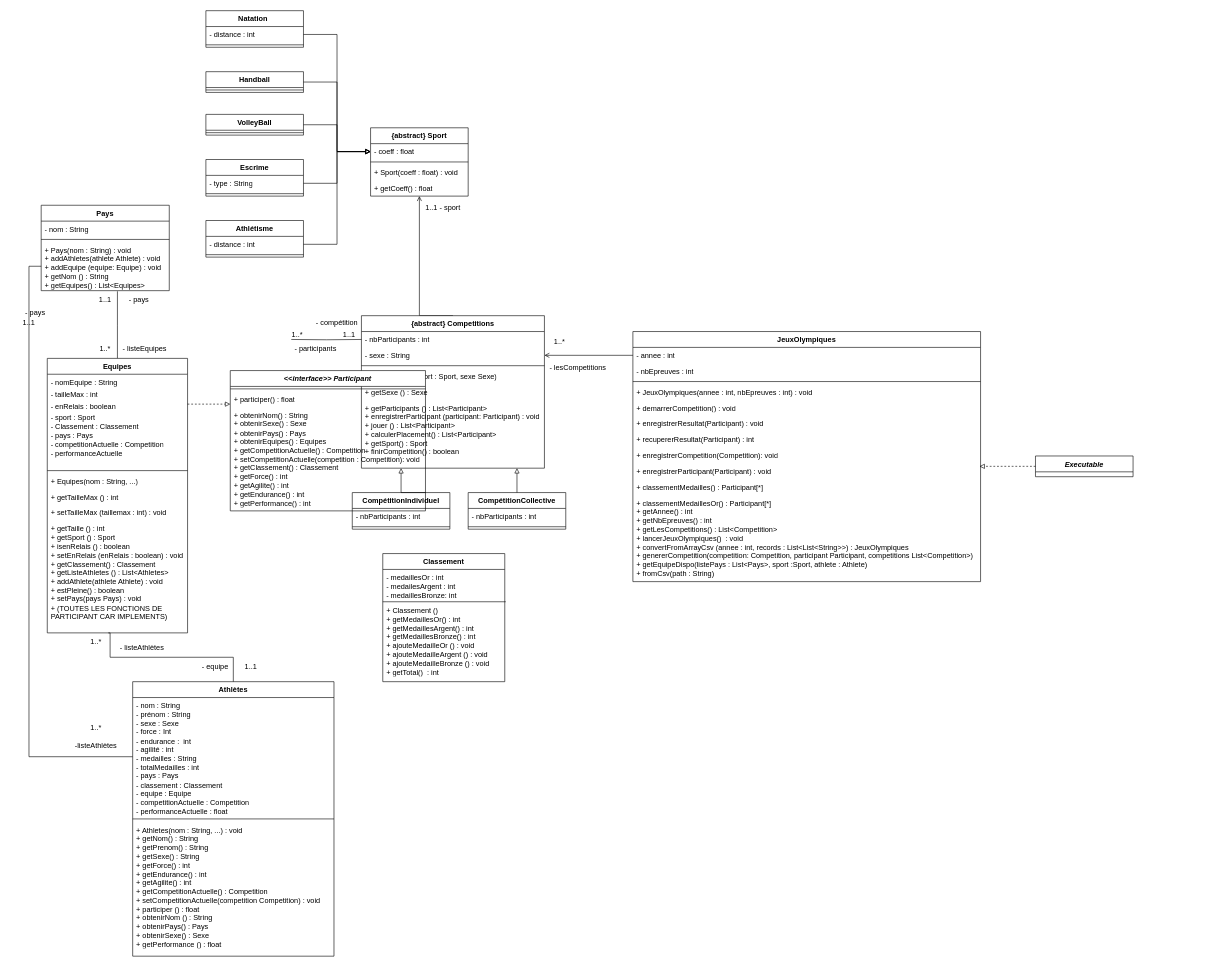
Above: diagrammes/classe/Diagramme sans nom.drawio in alexisnisol/JeuxOlympiques (draw.io), before the change. Source tidied: cells renumbered, new cells numbered last; positions are measured from the earlier drawing's top-left corner, leaving out a move shared by most shapes. Both pictures are drawn from the tidied source at 61%, with x=0, y=0 at pixel (10, 10).
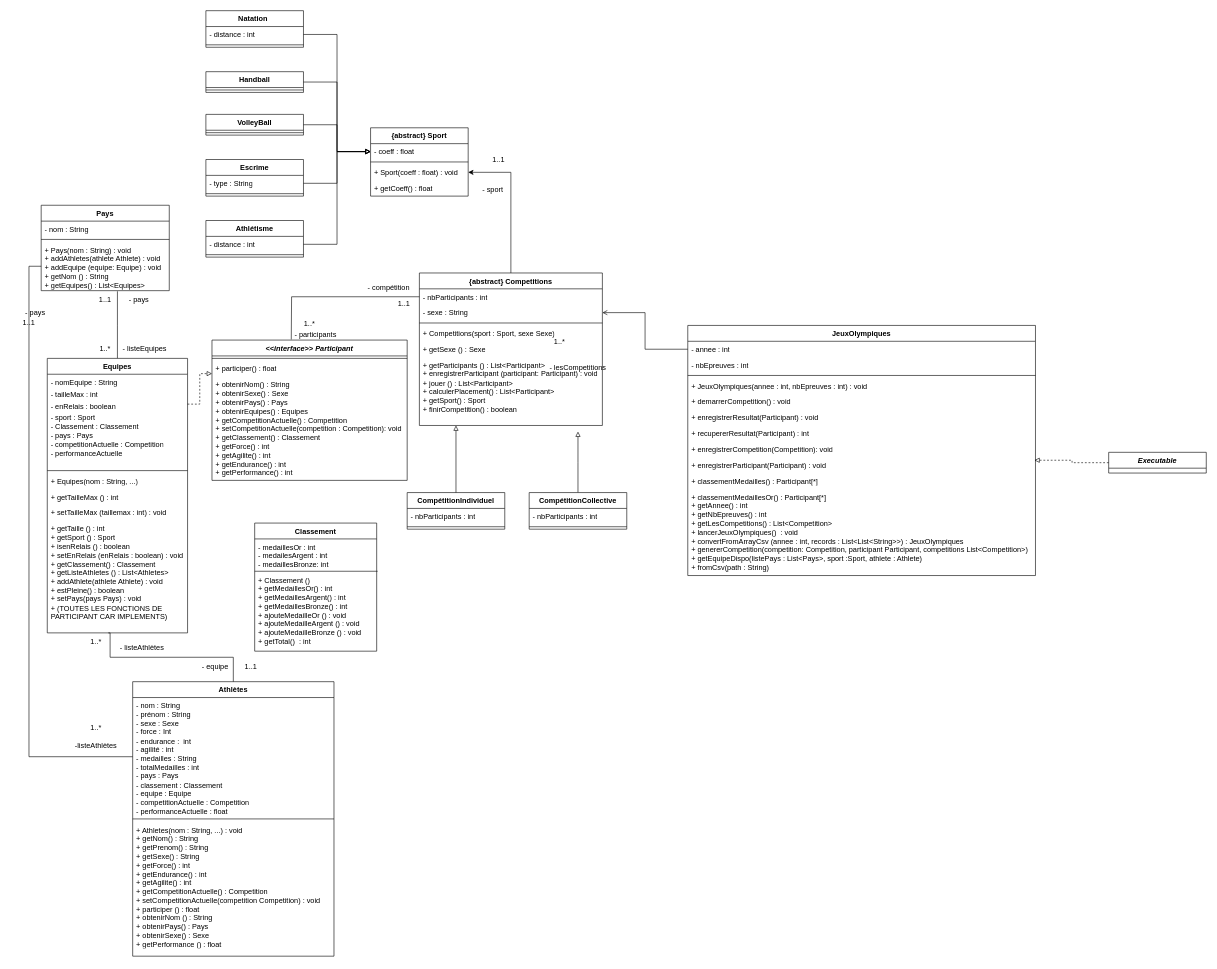
Above is the later version.

Commit message:
Mettre à jour Diagrammes de Classes

Unchanged cells that the change refers to:
```xml
<mxCell id="3" value="{abstract} Sport" style="swimlane;fontStyle=1;align=center;verticalAlign=top;horizontal=1;startSize=26;whiteSpace=wrap;html=1;" parent="1" vertex="1">
  <mxGeometry x="590" y="192" width="160" height="112" as="geometry" />
</mxCell>
<mxCell id="6" value="+ Sport(coeff : float) : void" style="text;strokeColor=none;fillColor=none;align=left;verticalAlign=top;spacingLeft=4;spacingRight=4;overflow=hidden;points=[[0,0.5],[1,0.5]];portConstraint=eastwest;whiteSpace=wrap;html=1;" parent="3" vertex="1">
  <mxGeometry y="60" width="160" height="26" as="geometry" />
</mxCell>
<mxCell id="53" value="+ getParticipants () : List&amp;lt;Participant&amp;gt;&lt;div&gt;+ enregistrerParticipant (participant: Participant) : void&lt;/div&gt;&lt;div&gt;+ jouer () : List&amp;lt;Participant&amp;gt;&lt;/div&gt;&lt;div&gt;+ calculerPlacement() : List&amp;lt;Participant&amp;gt;&lt;/div&gt;&lt;div&gt;+ getSport() : Sport&lt;/div&gt;&lt;div&gt;+ finirCompetition() : boolean&lt;/div&gt;" style="text;strokeColor=none;fillColor=none;align=left;verticalAlign=top;spacingLeft=4;spacingRight=4;overflow=hidden;points=[[0,0.5],[1,0.5]];portConstraint=eastwest;whiteSpace=wrap;html=1;" parent="47" vertex="1">
  <mxGeometry y="138" width="300" height="112" as="geometry" />
</mxCell>
```

Diff of the diagram source:
```diff
@@
-    <mxCell id="2" style="edgeStyle=orthogonalEdgeStyle;rounded=0;jettySize=auto;html=1;entryX=0.5;entryY=0;entryDx=0;entryDy=0;endArrow=none;endFill=0;startArrow=open;startFill=0;" parent="1" edge="1" source="3" target="47">
-      <mxGeometry relative="1" as="geometry">
-        <Array as="points">
-          <mxPoint x="670" y="500" />
-        </Array>
-      </mxGeometry>
-    </mxCell>
@@
     <mxCell id="46" value="1..1" style="text;html=1;align=center;verticalAlign=middle;whiteSpace=wrap;rounded=0;" parent="1" vertex="1">
-      <mxGeometry x="660" y="308" width="60" height="30" as="geometry" />
+      <mxGeometry x="770" y="230" width="60" height="30" as="geometry" />
     </mxCell>
+    <mxCell id="107" style="edgeStyle=orthogonalEdgeStyle;rounded=0;jettySize=auto;html=1;entryX=1;entryY=0.5;entryDx=0;entryDy=0;" parent="1" edge="1" source="47" target="6">
+      <mxGeometry relative="1" as="geometry" />
+    </mxCell>
     <mxCell id="47" value="{abstract} Competitions" style="swimlane;fontStyle=1;align=center;verticalAlign=top;horizontal=1;startSize=26;whiteSpace=wrap;html=1;" parent="1" vertex="1">
-      <mxGeometry x="575" y="500" width="300" height="250" as="geometry" />
+      <mxGeometry x="670" y="430" width="300" height="250" as="geometry" />
     </mxCell>
@@
     <mxCell id="54" value="CompétitionIndividuel" style="swimlane;fontStyle=1;align=center;verticalAlign=top;horizontal=1;startSize=26;whiteSpace=wrap;html=1;" parent="1" vertex="1">
-      <mxGeometry x="560" y="790" width="160" height="60" as="geometry" />
+      <mxGeometry x="650" y="790" width="160" height="60" as="geometry" />
     </mxCell>
@@
+    <mxCell id="108" style="edgeStyle=orthogonalEdgeStyle;rounded=0;jettySize=auto;html=1;endArrow=block;endFill=0;" parent="1" edge="1" source="57">
+      <mxGeometry relative="1" as="geometry">
+        <mxPoint x="930" y="690" as="targetPoint" />
+      </mxGeometry>
+    </mxCell>
     <mxCell id="57" value="CompétitionCollective" style="swimlane;fontStyle=1;align=center;verticalAlign=top;horizontal=1;startSize=26;whiteSpace=wrap;html=1;" parent="1" vertex="1">
-      <mxGeometry x="750" y="790" width="160" height="60" as="geometry" />
+      <mxGeometry x="850" y="790" width="160" height="60" as="geometry" />
     </mxCell>
@@
     <mxCell id="60" value="&lt;i&gt;&amp;lt;&amp;lt;interface&amp;gt;&amp;gt; Participant&lt;/i&gt;" style="swimlane;fontStyle=1;align=center;verticalAlign=top;horizontal=1;startSize=26;whiteSpace=wrap;html=1;" parent="1" vertex="1">
-      <mxGeometry x="360" y="590" width="320" height="230" as="geometry" />
+      <mxGeometry x="330" y="540" width="320" height="230" as="geometry" />
     </mxCell>
@@
     <mxCell id="64" value="JeuxOlympiques" style="swimlane;fontStyle=1;align=center;verticalAlign=top;horizontal=1;startSize=26;whiteSpace=wrap;html=1;" parent="1" vertex="1">
-      <mxGeometry x="1020" y="526" width="570" height="410" as="geometry" />
+      <mxGeometry x="1110" y="516" width="570" height="410" as="geometry" />
     </mxCell>
@@
     <mxCell id="77" value="1..1" style="text;html=1;align=center;verticalAlign=middle;whiteSpace=wrap;rounded=0;" parent="1" vertex="1">
-      <mxGeometry x="550" y="516" width="10" height="30" as="geometry" />
+      <mxGeometry x="640" y="466" width="10" height="30" as="geometry" />
     </mxCell>
@@
     <mxCell id="85" value="- sport" style="text;html=1;align=center;verticalAlign=middle;strokeColor=none;fillColor=none;" parent="1" vertex="1">
-      <mxGeometry x="690" y="308" width="60" height="30" as="geometry" />
+      <mxGeometry x="760" y="278" width="60" height="30" as="geometry" />
     </mxCell>
-    <mxCell id="86" style="edgeStyle=orthogonalEdgeStyle;rounded=0;jettySize=auto;html=1;endArrow=none;endFill=0;startArrow=block;startFill=0;entryX=0.75;entryY=0;entryDx=0;entryDy=0;" parent="1" edge="1" source="53" target="54">
-      <mxGeometry relative="1" as="geometry">
-        <Array as="points">
-          <mxPoint x="640" y="724" />
-        </Array>
-      </mxGeometry>
-    </mxCell>
@@
     <mxCell id="88" value="1..*" style="text;html=1;align=center;verticalAlign=middle;whiteSpace=wrap;rounded=0;" parent="1" vertex="1">
-      <mxGeometry x="440" y="516" width="60" height="30" as="geometry" />
+      <mxGeometry x="460" y="498" width="60" height="30" as="geometry" />
     </mxCell>
     <mxCell id="89" value="- participants" style="text;html=1;align=center;verticalAlign=middle;whiteSpace=wrap;rounded=0;" parent="1" vertex="1">
-      <mxGeometry x="460" y="540" width="80" height="30" as="geometry" />
+      <mxGeometry x="460" y="516" width="80" height="30" as="geometry" />
     </mxCell>
     <mxCell id="90" value="- compétition" style="text;html=1;align=center;verticalAlign=middle;whiteSpace=wrap;rounded=0;" parent="1" vertex="1">
-      <mxGeometry x="495" y="496" width="80" height="30" as="geometry" />
+      <mxGeometry x="580" y="440" width="80" height="30" as="geometry" />
     </mxCell>
@@
     <mxCell id="98" value="Classement" style="swimlane;fontStyle=1;align=center;verticalAlign=top;horizontal=1;startSize=26;whiteSpace=wrap;html=1;" parent="1" vertex="1">
-      <mxGeometry x="610" y="890" width="200" height="210" as="geometry" />
+      <mxGeometry x="400" y="840" width="200" height="210" as="geometry" />
     </mxCell>
@@
-    <mxCell id="102" style="edgeStyle=orthogonalEdgeStyle;rounded=0;jettySize=auto;html=1;entryX=0.85;entryY=1;entryDx=0;entryDy=0;entryPerimeter=0;endArrow=block;endFill=0;" parent="1" edge="1" source="57" target="53">
-      <mxGeometry relative="1" as="geometry" />
-    </mxCell>
@@
     <mxCell id="105" value="&lt;i&gt;Executable&lt;/i&gt;" style="swimlane;fontStyle=1;align=center;verticalAlign=top;horizontal=1;startSize=26;whiteSpace=wrap;html=1;" parent="1" vertex="1">
-      <mxGeometry x="1680" y="730" width="160" height="34" as="geometry" />
+      <mxGeometry x="1800" y="724" width="160" height="34" as="geometry" />
     </mxCell>
@@
+    <mxCell id="109" style="edgeStyle=orthogonalEdgeStyle;rounded=0;jettySize=auto;html=1;entryX=0.2;entryY=1;entryDx=0;entryDy=0;entryPerimeter=0;endArrow=block;endFill=0;" parent="1" edge="1" source="54" target="53">
+      <mxGeometry relative="1" as="geometry" />
+    </mxCell>
```
